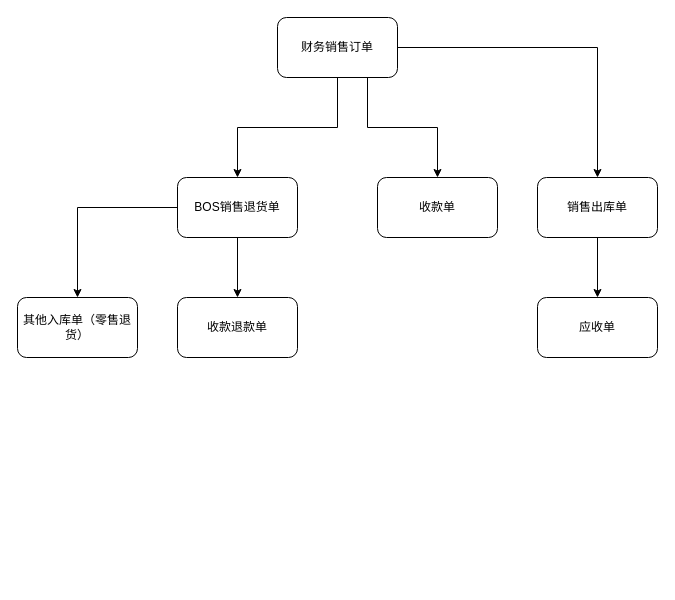
Earlier version of the draw.io diagram ERP单据下推流程图.drawio (canonnk/draw.io.repository). Source tidied: cells renumbered, new cells numbered last; positions are measured from the earlier drawing's top-left corner, leaving out a move shared by most shapes. Both pictures are drawn from the tidied source at 100%, with x=0, y=0 at pixel (17, 17).
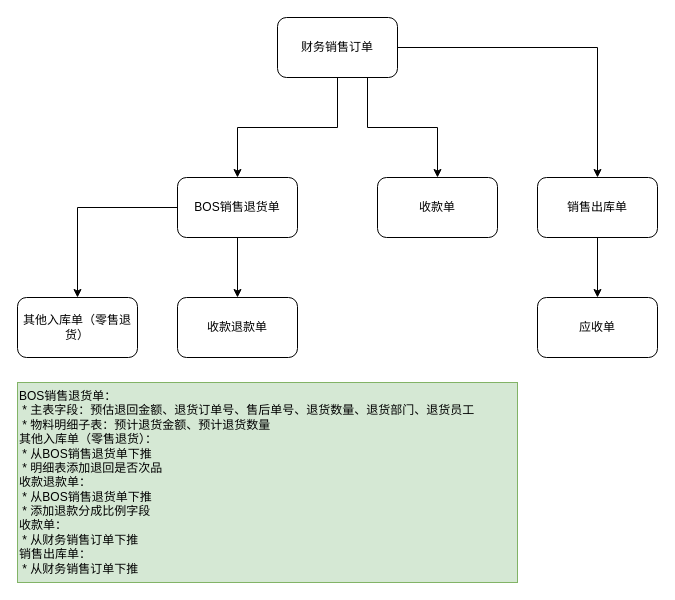
Above is the later version.

Commit message (it also covers changes not shown here):
更新ERP单据下推流程图.drawio

Change to the diagram source:
```diff
@@
 <mxGraphModel>
   <root>
     <mxCell id="0" />
     <mxCell id="1" parent="0" />
     <mxCell id="2" style="edgeStyle=orthogonalEdgeStyle;rounded=0;jettySize=auto;html=1;" parent="1" edge="1" source="7" target="9">
       <mxGeometry relative="1" as="geometry" />
     </mxCell>
     <mxCell id="3" style="edgeStyle=orthogonalEdgeStyle;rounded=0;jettySize=auto;html=1;exitX=0.75;exitY=1;exitDx=0;exitDy=0;" parent="1" edge="1" source="7" target="10">
       <mxGeometry relative="1" as="geometry" />
     </mxCell>
     <mxCell id="4" style="edgeStyle=orthogonalEdgeStyle;rounded=0;jettySize=auto;html=1;exitX=0.5;exitY=1;exitDx=0;exitDy=0;" parent="1" edge="1" source="14" target="11">
       <mxGeometry relative="1" as="geometry" />
     </mxCell>
     <mxCell id="5" style="edgeStyle=orthogonalEdgeStyle;rounded=0;jettySize=auto;html=1;exitX=0;exitY=0.5;exitDx=0;exitDy=0;" parent="1" edge="1" source="14" target="12">
       <mxGeometry relative="1" as="geometry" />
     </mxCell>
     <mxCell id="6" style="edgeStyle=orthogonalEdgeStyle;rounded=0;jettySize=auto;html=1;entryX=0.5;entryY=0;entryDx=0;entryDy=0;" parent="1" edge="1" source="7" target="14">
       <mxGeometry relative="1" as="geometry" />
     </mxCell>
     <mxCell id="7" value="财务销售订单" style="rounded=1;whiteSpace=wrap;html=1;" parent="1" vertex="1">
       <mxGeometry x="260" width="120" height="60" as="geometry" />
     </mxCell>
     <mxCell id="8" style="edgeStyle=orthogonalEdgeStyle;rounded=0;jettySize=auto;html=1;" parent="1" edge="1" source="9" target="13">
       <mxGeometry relative="1" as="geometry" />
     </mxCell>
     <mxCell id="9" value="销售出库单" style="rounded=1;whiteSpace=wrap;html=1;" parent="1" vertex="1">
       <mxGeometry x="520" y="160" width="120" height="60" as="geometry" />
     </mxCell>
     <mxCell id="10" value="收款单" style="whiteSpace=wrap;html=1;rounded=1;" parent="1" vertex="1">
       <mxGeometry x="360" y="160" width="120" height="60" as="geometry" />
     </mxCell>
     <mxCell id="11" value="收款退款单" style="rounded=1;whiteSpace=wrap;html=1;" parent="1" vertex="1">
       <mxGeometry x="160" y="280" width="120" height="60" as="geometry" />
     </mxCell>
     <mxCell id="12" value="其他入库单（零售退货）" style="whiteSpace=wrap;html=1;rounded=1;" parent="1" vertex="1">
       <mxGeometry y="280" width="120" height="60" as="geometry" />
     </mxCell>
     <mxCell id="13" value="应收单" style="whiteSpace=wrap;html=1;rounded=1;" parent="1" vertex="1">
       <mxGeometry x="520" y="280" width="120" height="60" as="geometry" />
     </mxCell>
     <mxCell id="14" value="BOS销售退货单" style="rounded=1;whiteSpace=wrap;html=1;" parent="1" vertex="1">
       <mxGeometry x="160" y="160" width="120" height="60" as="geometry" />
     </mxCell>
+    <mxCell id="15" value="BOS销售退货单：&lt;br&gt;&lt;span style=&quot;&quot;&gt; &lt;/span&gt;&lt;span style=&quot;white-space: pre;&quot;&gt; &lt;/span&gt;* 主表字段：预估退回金额、退货订单号、售后单号、退货数量、退货部门、退货员工&lt;br&gt;&lt;span style=&quot;&quot;&gt; &lt;/span&gt;&lt;span style=&quot;white-space: pre;&quot;&gt; &lt;/span&gt;* 物料明细子表：预计退货金额、预计退货数量&lt;br&gt;其他入库单（零售退货）：&lt;br&gt;&lt;span style=&quot;&quot;&gt; &lt;/span&gt;&lt;span style=&quot;white-space: pre;&quot;&gt; &lt;/span&gt;* 从BOS销售退货单下推&lt;br&gt;&lt;span style=&quot;&quot;&gt; &lt;/span&gt;&lt;span style=&quot;white-space: pre;&quot;&gt; &lt;/span&gt;* 明细表添加退回是否次品&lt;br&gt;收款退款单：&lt;br&gt;&lt;span style=&quot;&quot;&gt; &lt;/span&gt;&lt;span style=&quot;white-space: pre;&quot;&gt; &lt;/span&gt;* 从BOS销售退货单下推&lt;br&gt;&lt;span style=&quot;&quot;&gt; &lt;/span&gt;&lt;span style=&quot;white-space: pre;&quot;&gt; &lt;/span&gt;* 添加退款分成比例字段&lt;br&gt;收款单：&lt;br&gt;&lt;span style=&quot;&quot;&gt; &lt;/span&gt;&lt;span style=&quot;white-space: pre;&quot;&gt; &lt;/span&gt;* 从财务销售订单下推&lt;br&gt;销售出库单：&lt;br&gt;&lt;span style=&quot;&quot;&gt; &lt;/span&gt;&lt;span style=&quot;white-space: pre;&quot;&gt; &lt;/span&gt;* 从财务销售订单下推" style="text;html=1;align=left;verticalAlign=middle;strokeColor=#82b366;fillColor=#d5e8d4;" parent="1" vertex="1">
+      <mxGeometry y="365" width="500" height="200" as="geometry" />
+    </mxCell>
   </root>
 </mxGraphModel>
```
